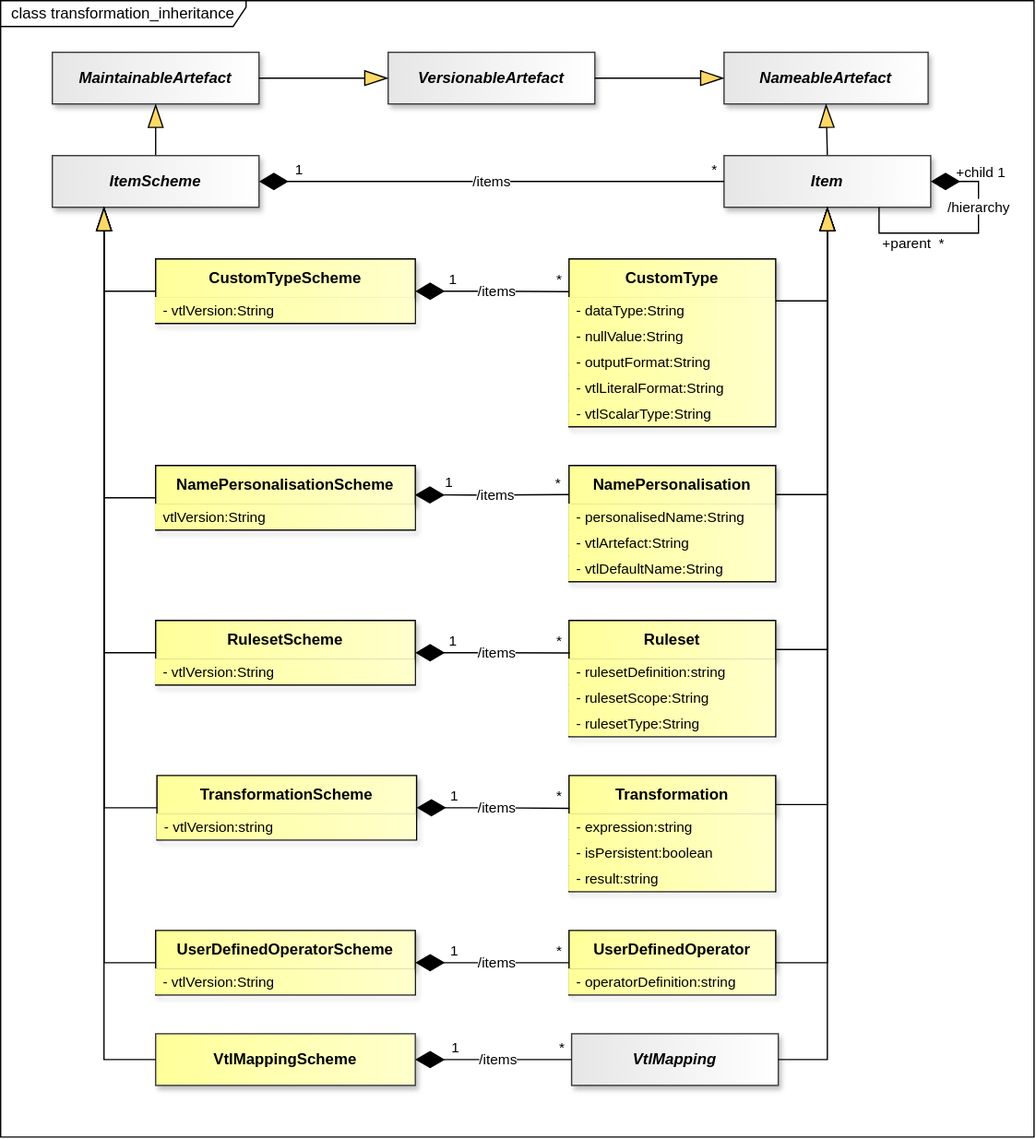
sdmx-twg/sdmx-im keeps this draw.io diagram as docs/information_model/media/sdmx_transformation-transformation-inheritance.svg. Above is the earlier version. Source tidied: cells renumbered, new cells last; positions are measured from the earlier drawing's top-left corner, leaving out a move shared by most shapes.
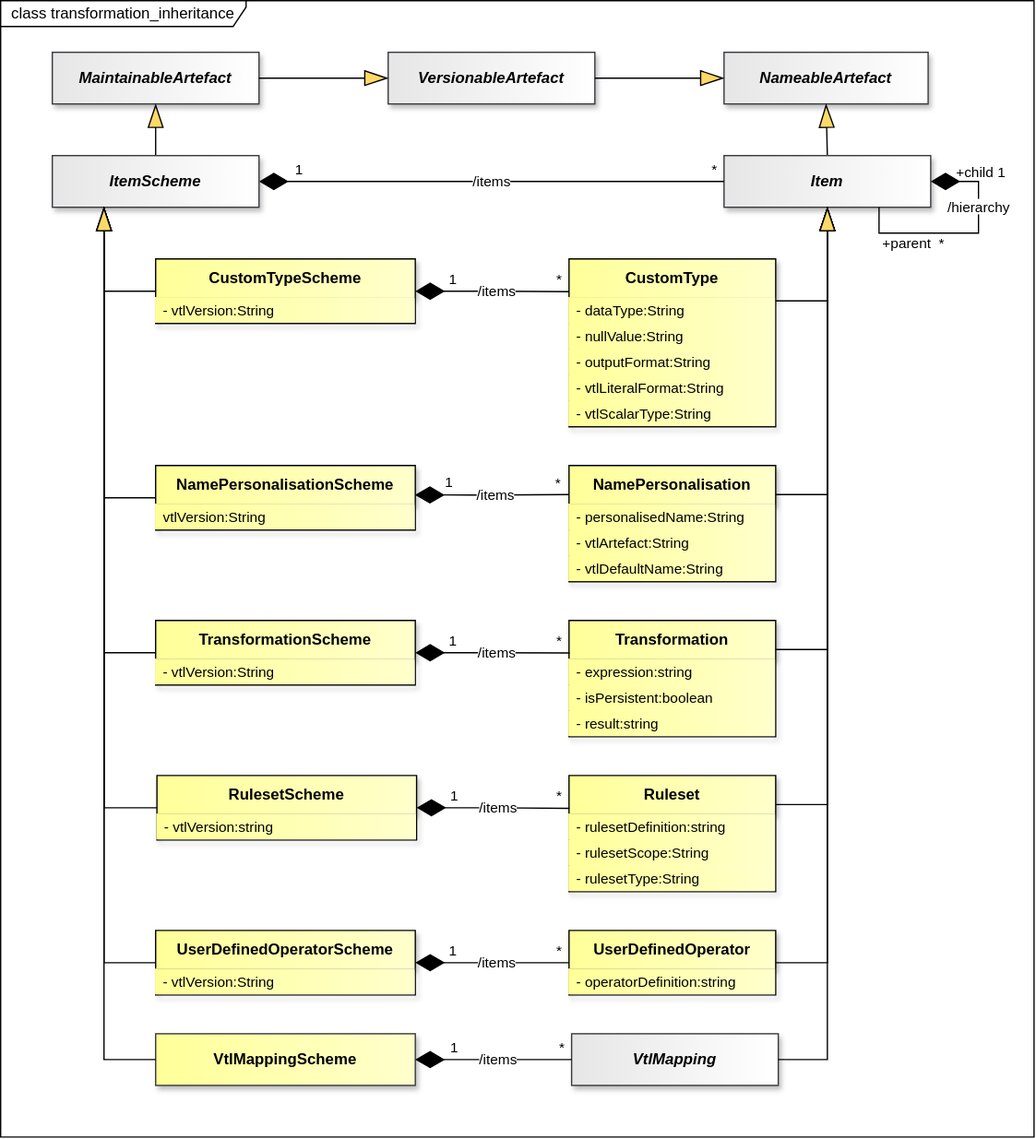
Later version of the same file.

Change to the diagram source:
```diff
@@ -91,13 +91,13 @@
     <mxCell id="26" value="vtlVersion:String" style="text;strokeColor=none;fillColor=light-dark(#FFFF99,#FFFF99);align=left;verticalAlign=middle;spacingLeft=4;spacingRight=4;overflow=hidden;whiteSpace=wrap;html=1;fontFamily=Helvetica;fontSize=11;fontColor=light-dark(#000000,#000000);gradientColor=light-dark(#FFFFCC,#FFFFCC);gradientDirection=east;" parent="25" vertex="1">
       <mxGeometry y="30" width="201" height="20" as="geometry" />
     </mxCell>
-    <mxCell id="27" value="RulesetScheme" style="swimlane;fontStyle=1;align=center;verticalAlign=middle;horizontal=1;startSize=30;whiteSpace=wrap;html=1;fillColor=light-dark(#FFFF99,#FFFF99);strokeColor=light-dark(#000000,#000000);gradientDirection=east;swimlaneLine=1;fontColor=light-dark(#000000,#000000);labelBackgroundColor=none;textShadow=0;gradientColor=light-dark(#FFFFCC,#FFFFCC);shadow=1;" parent="1" vertex="1">
+    <mxCell id="27" value="TransformationScheme" style="swimlane;fontStyle=1;align=center;verticalAlign=middle;horizontal=1;startSize=30;whiteSpace=wrap;html=1;fillColor=light-dark(#FFFF99,#FFFF99);strokeColor=light-dark(#000000,#000000);gradientDirection=east;swimlaneLine=1;fontColor=light-dark(#000000,#000000);labelBackgroundColor=none;textShadow=0;gradientColor=light-dark(#FFFFCC,#FFFFCC);shadow=1;" parent="1" vertex="1">
       <mxGeometry x="120" y="480" width="201" height="50" as="geometry" />
     </mxCell>
     <mxCell id="28" value="- vtlVersion:String" style="text;strokeColor=none;fillColor=light-dark(#FFFF99,#FFFF99);align=left;verticalAlign=middle;spacingLeft=4;spacingRight=4;overflow=hidden;whiteSpace=wrap;html=1;fontFamily=Helvetica;fontSize=11;fontColor=light-dark(#000000,#000000);gradientColor=light-dark(#FFFFCC,#FFFFCC);gradientDirection=east;" parent="27" vertex="1">
       <mxGeometry y="30" width="201" height="20" as="geometry" />
     </mxCell>
-    <mxCell id="29" value="TransformationScheme" style="swimlane;fontStyle=1;align=center;verticalAlign=middle;horizontal=1;startSize=30;whiteSpace=wrap;html=1;fillColor=light-dark(#FFFF99,#FFFF99);strokeColor=light-dark(#000000,#000000);gradientDirection=east;swimlaneLine=1;fontColor=light-dark(#000000,#000000);labelBackgroundColor=none;textShadow=0;gradientColor=light-dark(#FFFFCC,#FFFFCC);shadow=1;" parent="1" vertex="1">
+    <mxCell id="29" value="RulesetScheme" style="swimlane;fontStyle=1;align=center;verticalAlign=middle;horizontal=1;startSize=30;whiteSpace=wrap;html=1;fillColor=light-dark(#FFFF99,#FFFF99);strokeColor=light-dark(#000000,#000000);gradientDirection=east;swimlaneLine=1;fontColor=light-dark(#000000,#000000);labelBackgroundColor=none;textShadow=0;gradientColor=light-dark(#FFFFCC,#FFFFCC);shadow=1;" parent="1" vertex="1">
       <mxGeometry x="121" y="600" width="201" height="50" as="geometry" />
     </mxCell>
     <mxCell id="30" value="- vtlVersion:string" style="text;strokeColor=none;fillColor=light-dark(#FFFF99,#FFFF99);align=left;verticalAlign=middle;spacingLeft=4;spacingRight=4;overflow=hidden;whiteSpace=wrap;html=1;fontFamily=Helvetica;fontSize=11;fontColor=light-dark(#000000,#000000);gradientColor=light-dark(#FFFFCC,#FFFFCC);gradientDirection=east;" parent="29" vertex="1">
@@ -127,16 +127,16 @@
     <mxCell id="38" value="- vtlScalarType:String" style="text;strokeColor=none;fillColor=light-dark(#FFFF99,#FFFF99);align=left;verticalAlign=middle;spacingLeft=4;spacingRight=4;overflow=hidden;whiteSpace=wrap;html=1;fontFamily=Helvetica;fontSize=11;fontColor=light-dark(#000000,#000000);gradientColor=light-dark(#FFFFCC,#FFFFCC);gradientDirection=east;" parent="33" vertex="1">
       <mxGeometry y="110" width="160" height="20" as="geometry" />
     </mxCell>
-    <mxCell id="39" value="Ruleset" style="swimlane;fontStyle=1;align=center;verticalAlign=middle;horizontal=1;startSize=30;whiteSpace=wrap;html=1;fillColor=light-dark(#FFFF99,#FFFF99);strokeColor=light-dark(#000000,#000000);gradientDirection=east;swimlaneLine=1;fontColor=light-dark(#000000,#000000);labelBackgroundColor=none;textShadow=0;gradientColor=light-dark(#FFFFCC,#FFFFCC);shadow=1;" parent="1" vertex="1">
+    <mxCell id="39" value="Transformation" style="swimlane;fontStyle=1;align=center;verticalAlign=middle;horizontal=1;startSize=30;whiteSpace=wrap;html=1;fillColor=light-dark(#FFFF99,#FFFF99);strokeColor=light-dark(#000000,#000000);gradientDirection=east;swimlaneLine=1;fontColor=light-dark(#000000,#000000);labelBackgroundColor=none;textShadow=0;gradientColor=light-dark(#FFFFCC,#FFFFCC);shadow=1;" parent="1" vertex="1">
       <mxGeometry x="440" y="480" width="160" height="90" as="geometry" />
     </mxCell>
-    <mxCell id="40" value="- rulesetDefinition:string" style="text;strokeColor=none;fillColor=light-dark(#FFFF99,#FFFF99);align=left;verticalAlign=middle;spacingLeft=4;spacingRight=4;overflow=hidden;whiteSpace=wrap;html=1;fontFamily=Helvetica;fontSize=11;fontColor=light-dark(#000000,#000000);gradientColor=light-dark(#FFFFCC,#FFFFCC);gradientDirection=east;" parent="39" vertex="1">
+    <mxCell id="40" value="- expression:string" style="text;strokeColor=none;fillColor=light-dark(#FFFF99,#FFFF99);align=left;verticalAlign=middle;spacingLeft=4;spacingRight=4;overflow=hidden;whiteSpace=wrap;html=1;fontFamily=Helvetica;fontSize=11;fontColor=light-dark(#000000,#000000);gradientColor=light-dark(#FFFFCC,#FFFFCC);gradientDirection=east;" parent="39" vertex="1">
       <mxGeometry y="30" width="160" height="20" as="geometry" />
     </mxCell>
-    <mxCell id="41" value="- rulesetScope:String" style="text;strokeColor=none;fillColor=light-dark(#FFFF99,#FFFF99);align=left;verticalAlign=middle;spacingLeft=4;spacingRight=4;overflow=hidden;whiteSpace=wrap;html=1;fontFamily=Helvetica;fontSize=11;fontColor=light-dark(#000000,#000000);gradientColor=light-dark(#FFFFCC,#FFFFCC);gradientDirection=east;" parent="39" vertex="1">
+    <mxCell id="41" value="- isPersistent:boolean" style="text;strokeColor=none;fillColor=light-dark(#FFFF99,#FFFF99);align=left;verticalAlign=middle;spacingLeft=4;spacingRight=4;overflow=hidden;whiteSpace=wrap;html=1;fontFamily=Helvetica;fontSize=11;fontColor=light-dark(#000000,#000000);gradientColor=light-dark(#FFFFCC,#FFFFCC);gradientDirection=east;" parent="39" vertex="1">
       <mxGeometry y="50" width="160" height="20" as="geometry" />
     </mxCell>
-    <mxCell id="42" value="- rulesetType:String" style="text;strokeColor=none;fillColor=light-dark(#FFFF99,#FFFF99);align=left;verticalAlign=middle;spacingLeft=4;spacingRight=4;overflow=hidden;whiteSpace=wrap;html=1;fontFamily=Helvetica;fontSize=11;fontColor=light-dark(#000000,#000000);gradientColor=light-dark(#FFFFCC,#FFFFCC);gradientDirection=east;" parent="39" vertex="1">
+    <mxCell id="42" value="- result:string" style="text;strokeColor=none;fillColor=light-dark(#FFFF99,#FFFF99);align=left;verticalAlign=middle;spacingLeft=4;spacingRight=4;overflow=hidden;whiteSpace=wrap;html=1;fontFamily=Helvetica;fontSize=11;fontColor=light-dark(#000000,#000000);gradientColor=light-dark(#FFFFCC,#FFFFCC);gradientDirection=east;" parent="39" vertex="1">
       <mxGeometry y="70" width="160" height="20" as="geometry" />
     </mxCell>
     <mxCell id="43" value="NamePersonalisation" style="swimlane;fontStyle=1;align=center;verticalAlign=middle;horizontal=1;startSize=30;whiteSpace=wrap;html=1;fillColor=light-dark(#FFFF99,#FFFF99);strokeColor=light-dark(#000000,#000000);gradientDirection=east;swimlaneLine=1;fontColor=light-dark(#000000,#000000);labelBackgroundColor=none;textShadow=0;gradientColor=light-dark(#FFFFCC,#FFFFCC);shadow=1;" parent="1" vertex="1">
@@ -151,16 +151,16 @@
     <mxCell id="46" value="- vtlDefaultName:String" style="text;strokeColor=none;fillColor=light-dark(#FFFF99,#FFFF99);align=left;verticalAlign=middle;spacingLeft=4;spacingRight=4;overflow=hidden;whiteSpace=wrap;html=1;fontFamily=Helvetica;fontSize=11;fontColor=light-dark(#000000,#000000);gradientColor=light-dark(#FFFFCC,#FFFFCC);gradientDirection=east;" parent="43" vertex="1">
       <mxGeometry y="70" width="160" height="20" as="geometry" />
     </mxCell>
-    <mxCell id="47" value="Transformation" style="swimlane;fontStyle=1;align=center;verticalAlign=middle;horizontal=1;startSize=30;whiteSpace=wrap;html=1;fillColor=light-dark(#FFFF99,#FFFF99);strokeColor=light-dark(#000000,#000000);gradientDirection=east;swimlaneLine=1;fontColor=light-dark(#000000,#000000);labelBackgroundColor=none;textShadow=0;gradientColor=light-dark(#FFFFCC,#FFFFCC);shadow=1;" parent="1" vertex="1">
+    <mxCell id="47" value="Ruleset" style="swimlane;fontStyle=1;align=center;verticalAlign=middle;horizontal=1;startSize=30;whiteSpace=wrap;html=1;fillColor=light-dark(#FFFF99,#FFFF99);strokeColor=light-dark(#000000,#000000);gradientDirection=east;swimlaneLine=1;fontColor=light-dark(#000000,#000000);labelBackgroundColor=none;textShadow=0;gradientColor=light-dark(#FFFFCC,#FFFFCC);shadow=1;" parent="1" vertex="1">
       <mxGeometry x="440" y="600" width="160" height="90" as="geometry" />
     </mxCell>
-    <mxCell id="48" value="- expression:string" style="text;strokeColor=none;fillColor=light-dark(#FFFF99,#FFFF99);align=left;verticalAlign=middle;spacingLeft=4;spacingRight=4;overflow=hidden;whiteSpace=wrap;html=1;fontFamily=Helvetica;fontSize=11;fontColor=light-dark(#000000,#000000);gradientColor=light-dark(#FFFFCC,#FFFFCC);gradientDirection=east;" parent="47" vertex="1">
+    <mxCell id="48" value="- rulesetDefinition:string" style="text;strokeColor=none;fillColor=light-dark(#FFFF99,#FFFF99);align=left;verticalAlign=middle;spacingLeft=4;spacingRight=4;overflow=hidden;whiteSpace=wrap;html=1;fontFamily=Helvetica;fontSize=11;fontColor=light-dark(#000000,#000000);gradientColor=light-dark(#FFFFCC,#FFFFCC);gradientDirection=east;" parent="47" vertex="1">
       <mxGeometry y="30" width="160" height="20" as="geometry" />
     </mxCell>
-    <mxCell id="49" value="- isPersistent:boolean" style="text;strokeColor=none;fillColor=light-dark(#FFFF99,#FFFF99);align=left;verticalAlign=middle;spacingLeft=4;spacingRight=4;overflow=hidden;whiteSpace=wrap;html=1;fontFamily=Helvetica;fontSize=11;fontColor=light-dark(#000000,#000000);gradientColor=light-dark(#FFFFCC,#FFFFCC);gradientDirection=east;" parent="47" vertex="1">
+    <mxCell id="49" value="- rulesetScope:String" style="text;strokeColor=none;fillColor=light-dark(#FFFF99,#FFFF99);align=left;verticalAlign=middle;spacingLeft=4;spacingRight=4;overflow=hidden;whiteSpace=wrap;html=1;fontFamily=Helvetica;fontSize=11;fontColor=light-dark(#000000,#000000);gradientColor=light-dark(#FFFFCC,#FFFFCC);gradientDirection=east;" parent="47" vertex="1">
       <mxGeometry y="50" width="160" height="20" as="geometry" />
     </mxCell>
-    <mxCell id="50" value="- result:string" style="text;strokeColor=none;fillColor=light-dark(#FFFF99,#FFFF99);align=left;verticalAlign=middle;spacingLeft=4;spacingRight=4;overflow=hidden;whiteSpace=wrap;html=1;fontFamily=Helvetica;fontSize=11;fontColor=light-dark(#000000,#000000);gradientColor=light-dark(#FFFFCC,#FFFFCC);gradientDirection=east;" parent="47" vertex="1">
+    <mxCell id="50" value="- rulesetType:String" style="text;strokeColor=none;fillColor=light-dark(#FFFF99,#FFFF99);align=left;verticalAlign=middle;spacingLeft=4;spacingRight=4;overflow=hidden;whiteSpace=wrap;html=1;fontFamily=Helvetica;fontSize=11;fontColor=light-dark(#000000,#000000);gradientColor=light-dark(#FFFFCC,#FFFFCC);gradientDirection=east;" parent="47" vertex="1">
       <mxGeometry y="70" width="160" height="20" as="geometry" />
     </mxCell>
     <mxCell id="51" value="UserDefinedOperator" style="swimlane;fontStyle=1;align=center;verticalAlign=middle;horizontal=1;startSize=30;whiteSpace=wrap;html=1;fillColor=light-dark(#FFFF99,#FFFF99);strokeColor=light-dark(#000000,#000000);gradientDirection=east;swimlaneLine=1;fontColor=light-dark(#000000,#000000);labelBackgroundColor=none;textShadow=0;gradientColor=light-dark(#FFFFCC,#FFFFCC);shadow=1;" parent="1" vertex="1">
```
